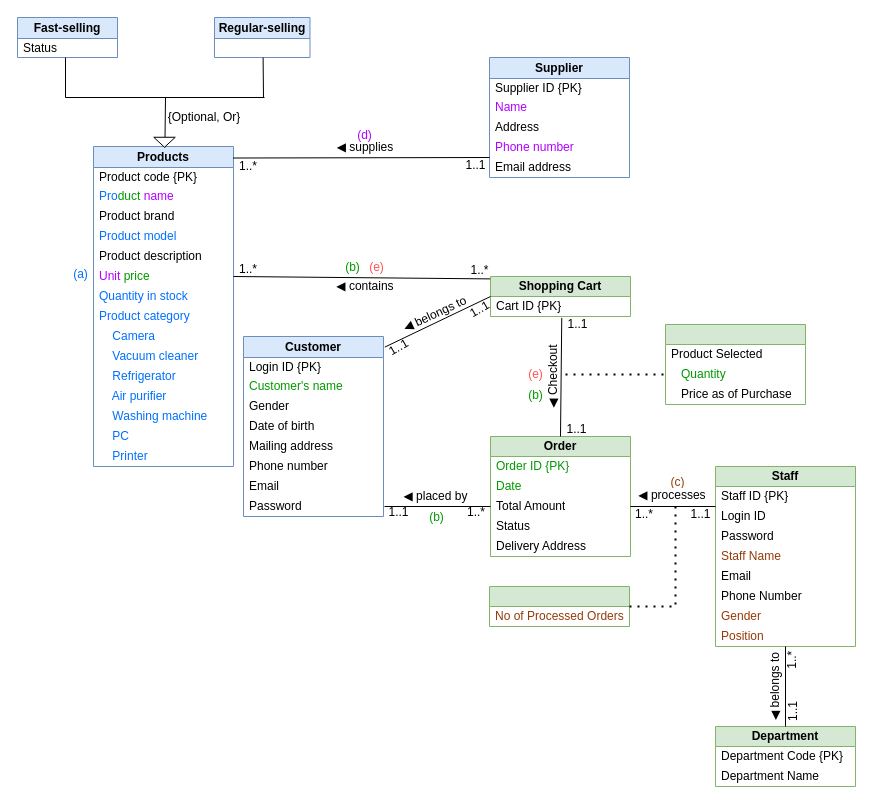
Earlier version of the draw.io diagram Assignment_1.drawio (shadowngks/DBMS). Source tidied: cells renumbered, new cells numbered last; positions are measured from the earlier drawing's top-left corner, leaving out a move shared by most shapes. Both pictures are drawn from the tidied source at 100%, with x=0, y=0 at pixel (17, 17).
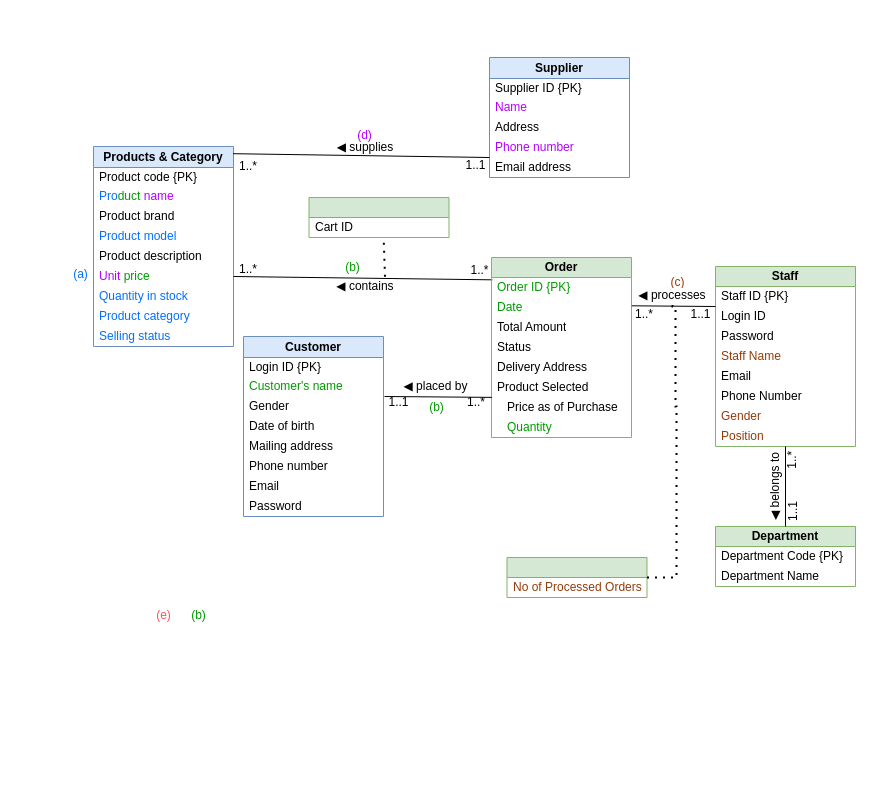
The same diagram, later.

Commit message:
First time that he saw me

Unchanged cells that the change refers to:
```xml
<mxCell id="8" value="Unit &lt;font color=&quot;#009900&quot;&gt;price&lt;/font&gt;" style="text;html=1;align=left;verticalAlign=middle;whiteSpace=wrap;rounded=0;spacingLeft=4;fontColor=#B300FF;" parent="2" vertex="1">
  <mxGeometry y="120" width="140" height="20" as="geometry" />
</mxCell>
<mxCell id="44" value="&lt;span style=&quot;font-family: sans-serif; font-size: 12.0191px; text-align: start; white-space: pre; background-color: rgb(255, 255, 255);&quot;&gt;◀ contains&lt;/span&gt;" style="text;html=1;align=center;verticalAlign=middle;whiteSpace=wrap;rounded=0;" parent="1" vertex="1">
  <mxGeometry x="307.5" y="259.2" width="80" height="20" as="geometry" />
</mxCell>
<mxCell id="50" value="Order ID {PK}" style="text;strokeColor=none;fillColor=none;align=left;verticalAlign=middle;spacingLeft=4;spacingRight=4;overflow=hidden;points=[[0,0.5],[1,0.5]];portConstraint=eastwest;whiteSpace=wrap;html=1;fontColor=#009900;" parent="49" vertex="1">
  <mxGeometry y="20" width="140" height="20" as="geometry" />
</mxCell>
<mxCell id="51" value="Date" style="text;strokeColor=none;fillColor=none;align=left;verticalAlign=middle;spacingLeft=4;spacingRight=4;overflow=hidden;points=[[0,0.5],[1,0.5]];portConstraint=eastwest;whiteSpace=wrap;html=1;fontColor=#009900;" parent="49" vertex="1">
  <mxGeometry y="40" width="140" height="20" as="geometry" />
</mxCell>
<mxCell id="52" value="Total Amount" style="text;strokeColor=none;fillColor=none;align=left;verticalAlign=middle;spacingLeft=4;spacingRight=4;overflow=hidden;points=[[0,0.5],[1,0.5]];portConstraint=eastwest;whiteSpace=wrap;html=1;" parent="49" vertex="1">
  <mxGeometry y="60" width="140" height="20" as="geometry" />
</mxCell>
<mxCell id="94" value="No of Processed Orders" style="text;html=1;align=left;verticalAlign=middle;whiteSpace=wrap;rounded=0;spacingLeft=4;fontColor=#943B08;" parent="93" vertex="1">
  <mxGeometry y="20" width="140" height="20" as="geometry" />
</mxCell>
```

Diff of the diagram source:
```diff
@@
-    <mxCell id="2" value="Products" style="swimlane;fontStyle=1;horizontal=1;startSize=21;whiteSpace=wrap;html=1;fillColor=#dae8fc;strokeColor=#6c8ebf;" parent="1" vertex="1">
-      <mxGeometry x="76" y="129" width="140" height="320" as="geometry" />
+    <mxCell id="2" value="Products &amp;amp; Category" style="swimlane;fontStyle=1;horizontal=1;startSize=21;whiteSpace=wrap;html=1;fillColor=#dae8fc;strokeColor=#6c8ebf;" parent="1" vertex="1">
+      <mxGeometry x="76" y="129" width="140" height="200" as="geometry" />
     </mxCell>
@@
-    <mxCell id="11" value="&lt;font color=&quot;#006fff&quot;&gt;&amp;nbsp; &amp;nbsp; Camera&lt;/font&gt;" style="text;html=1;align=left;verticalAlign=middle;whiteSpace=wrap;rounded=0;spacingLeft=4;" parent="2" vertex="1">
-      <mxGeometry y="180" width="140" height="20" as="geometry" />
-    </mxCell>
-    <mxCell id="12" value="&amp;nbsp; &amp;nbsp; Vacuum cleaner" style="text;html=1;align=left;verticalAlign=middle;whiteSpace=wrap;rounded=0;spacingLeft=4;fontColor=#006fff;" parent="2" vertex="1">
-      <mxGeometry y="200" width="140" height="20" as="geometry" />
-    </mxCell>
-    <mxCell id="13" value="&amp;nbsp; &amp;nbsp; Refrigerator" style="text;html=1;align=left;verticalAlign=middle;whiteSpace=wrap;rounded=0;spacingLeft=4;fontColor=#006fff;" parent="2" vertex="1">
-      <mxGeometry y="220" width="140" height="20" as="geometry" />
-    </mxCell>
-    <mxCell id="14" value="&amp;nbsp; &amp;nbsp; Air purifier" style="text;html=1;align=left;verticalAlign=middle;whiteSpace=wrap;rounded=0;spacingLeft=4;fontColor=#006fff;" parent="2" vertex="1">
-      <mxGeometry y="240" width="140" height="20" as="geometry" />
-    </mxCell>
-    <mxCell id="15" value="&amp;nbsp; &amp;nbsp; Washing machine" style="text;html=1;align=left;verticalAlign=middle;whiteSpace=wrap;rounded=0;spacingLeft=4;fontColor=#006fff;" parent="2" vertex="1">
-      <mxGeometry y="260" width="140" height="20" as="geometry" />
-    </mxCell>
-    <mxCell id="16" value="&amp;nbsp; &amp;nbsp; PC" style="text;html=1;align=left;verticalAlign=middle;whiteSpace=wrap;rounded=0;spacingLeft=4;fontColor=#006fff;" parent="2" vertex="1">
-      <mxGeometry y="280" width="140" height="20" as="geometry" />
-    </mxCell>
-    <mxCell id="17" value="&amp;nbsp; &amp;nbsp; Printer" style="text;html=1;align=left;verticalAlign=middle;whiteSpace=wrap;rounded=0;spacingLeft=4;fontColor=#006fff;" parent="2" vertex="1">
-      <mxGeometry y="300" width="140" height="20" as="geometry" />
-    </mxCell>
+    <mxCell id="107" value="Selling status" style="text;html=1;align=left;verticalAlign=middle;whiteSpace=wrap;rounded=0;spacingLeft=4;fontColor=#006FFF;" parent="2" vertex="1">
+      <mxGeometry y="180" width="140" height="20" as="geometry" />
+    </mxCell>
@@
-    <mxCell id="36" value="Fast-selling" style="swimlane;fontStyle=1;horizontal=1;startSize=21;whiteSpace=wrap;html=1;fillColor=#dae8fc;strokeColor=#6c8ebf;" parent="1" vertex="1">
-      <mxGeometry width="100" height="40" as="geometry" />
-    </mxCell>
-    <mxCell id="37" value="Status" style="text;strokeColor=none;fillColor=none;align=left;verticalAlign=middle;spacingLeft=4;spacingRight=4;overflow=hidden;whiteSpace=wrap;html=1;" parent="36" vertex="1">
-      <mxGeometry y="21" width="100" height="19" as="geometry" />
-    </mxCell>
-    <mxCell id="38" style="endArrow=none;html=1;rounded=0;exitX=0.503;exitY=0.006;exitDx=0;exitDy=0;exitPerimeter=0;" parent="1" edge="1">
-      <mxGeometry relative="1" as="geometry">
-        <mxPoint x="147.4" y="130.1" as="sourcePoint" />
-        <mxPoint x="148" y="80" as="targetPoint" />
-      </mxGeometry>
-    </mxCell>
@@
-    <mxCell id="40" value="{Optional, Or}" style="text;html=1;align=center;verticalAlign=middle;whiteSpace=wrap;rounded=0;" parent="1" vertex="1">
-      <mxGeometry x="116.5" y="85" width="140" height="30" as="geometry" />
-    </mxCell>
-    <mxCell id="41" value="Shopping Cart" style="swimlane;fontStyle=1;horizontal=1;startSize=20;whiteSpace=wrap;html=1;fillColor=#d5e8d4;strokeColor=#82b366;" parent="1" vertex="1">
-      <mxGeometry x="473" y="259" width="140" height="40" as="geometry" />
+    <mxCell id="41" style="swimlane;fontStyle=1;horizontal=1;startSize=20;whiteSpace=wrap;html=1;fillColor=#d5e8d4;strokeColor=#82b366;" parent="1" vertex="1">
+      <mxGeometry x="291.5" y="180" width="140" height="40" as="geometry" />
     </mxCell>
-    <mxCell id="42" value="Cart ID {PK}" style="text;strokeColor=none;fillColor=none;align=left;verticalAlign=middle;spacingLeft=4;spacingRight=4;overflow=hidden;points=[[0,0.5],[1,0.5]];portConstraint=eastwest;whiteSpace=wrap;html=1;" parent="41" vertex="1">
+    <mxCell id="42" value="Cart ID" style="text;strokeColor=none;fillColor=none;align=left;verticalAlign=middle;spacingLeft=4;spacingRight=4;overflow=hidden;points=[[0,0.5],[1,0.5]];portConstraint=eastwest;whiteSpace=wrap;html=1;" parent="41" vertex="1">
       <mxGeometry y="20" width="140" height="20" as="geometry" />
     </mxCell>
-    <mxCell id="43" style="endArrow=none;html=1;rounded=0;entryX=1;entryY=0.5;entryDx=0;entryDy=0;exitX=-0.002;exitY=0.021;exitDx=0;exitDy=0;exitPerimeter=0;" parent="1" edge="1" target="8">
-      <mxGeometry relative="1" as="geometry">
-        <mxPoint x="472.7" y="261.4" as="sourcePoint" />
-      </mxGeometry>
+    <mxCell id="43" style="endArrow=none;html=1;rounded=0;entryX=1;entryY=0.5;entryDx=0;entryDy=0;exitX=0.006;exitY=0.117;exitDx=0;exitDy=0;exitPerimeter=0;" parent="1" edge="1" source="50" target="8">
+      <mxGeometry relative="1" as="geometry" />
     </mxCell>
@@
-    <mxCell id="45" style="swimlane;fontStyle=0;horizontal=1;startSize=20;whiteSpace=wrap;html=1;fillColor=#d5e8d4;strokeColor=#82b366;" parent="1" vertex="1">
-      <mxGeometry x="648" y="307" width="140" height="80" as="geometry" />
-    </mxCell>
-    <mxCell id="46" value="Product Selected" style="text;strokeColor=none;fillColor=none;align=left;verticalAlign=middle;spacingLeft=4;spacingRight=4;overflow=hidden;whiteSpace=wrap;html=1;" parent="45" vertex="1">
-      <mxGeometry y="20" width="140" height="20" as="geometry" />
-    </mxCell>
-    <mxCell id="47" value="Quantity" style="text;strokeColor=none;fillColor=none;align=left;verticalAlign=middle;spacingLeft=14;spacingRight=4;overflow=hidden;points=[[0,0.5],[1,0.5]];portConstraint=eastwest;whiteSpace=wrap;html=1;fontColor=#009900;" parent="45" vertex="1">
-      <mxGeometry y="40" width="140" height="20" as="geometry" />
-    </mxCell>
-    <mxCell id="48" value="Price as of Purchase" style="text;strokeColor=none;fillColor=none;align=left;verticalAlign=middle;spacingLeft=14;spacingRight=4;overflow=hidden;points=[[0,0.5],[1,0.5]];portConstraint=eastwest;whiteSpace=wrap;html=1;" parent="45" vertex="1">
-      <mxGeometry y="60" width="140" height="20" as="geometry" />
-    </mxCell>
     <mxCell id="49" value="Order" style="swimlane;fontStyle=1;horizontal=1;startSize=20;whiteSpace=wrap;html=1;fillColor=#d5e8d4;strokeColor=#82b366;" parent="1" vertex="1">
-      <mxGeometry x="473" y="419" width="140" height="120" as="geometry" />
+      <mxGeometry x="474" y="240" width="140" height="180" as="geometry" />
     </mxCell>
@@
-    <mxCell id="55" style="endArrow=none;html=1;rounded=0;entryX=0.509;entryY=1.069;entryDx=0;entryDy=0;entryPerimeter=0;exitX=0.5;exitY=0;exitDx=0;exitDy=0;" parent="1" edge="1" source="49" target="42">
-      <mxGeometry relative="1" as="geometry" />
-    </mxCell>
-    <mxCell id="56" style="endArrow=none;dashed=1;html=1;dashPattern=1 3;strokeWidth=2;rounded=0;entryX=0;entryY=0.5;entryDx=0;entryDy=0;" parent="1" edge="1" target="47">
-      <mxGeometry relative="1" as="geometry">
-        <mxPoint x="548" y="357" as="sourcePoint" />
-      </mxGeometry>
-    </mxCell>
-    <mxCell id="57" value="&lt;span style=&quot;font-family: sans-serif; font-size: 12.0191px; text-align: start; white-space: pre; background-color: rgb(255, 255, 255);&quot;&gt;◀ &lt;/span&gt;Checkout" style="text;html=1;align=center;verticalAlign=middle;whiteSpace=wrap;rounded=0;rotation=-90;" parent="1" vertex="1">
-      <mxGeometry x="506" y="354" width="60" height="10" as="geometry" />
-    </mxCell>
+    <mxCell id="46" value="Product Selected" style="text;strokeColor=none;fillColor=none;align=left;verticalAlign=middle;spacingLeft=4;spacingRight=4;overflow=hidden;whiteSpace=wrap;html=1;" parent="49" vertex="1">
+      <mxGeometry y="120" width="140" height="20" as="geometry" />
+    </mxCell>
+    <mxCell id="48" value="Price as of Purchase" style="text;strokeColor=none;fillColor=none;align=left;verticalAlign=middle;spacingLeft=14;spacingRight=4;overflow=hidden;points=[[0,0.5],[1,0.5]];portConstraint=eastwest;whiteSpace=wrap;html=1;" parent="49" vertex="1">
+      <mxGeometry y="140" width="140" height="20" as="geometry" />
+    </mxCell>
+    <mxCell id="47" value="Quantity" style="text;strokeColor=none;fillColor=none;align=left;verticalAlign=middle;spacingLeft=14;spacingRight=4;overflow=hidden;points=[[0,0.5],[1,0.5]];portConstraint=eastwest;whiteSpace=wrap;html=1;fontColor=#009900;" parent="49" vertex="1">
+      <mxGeometry y="160" width="140" height="20" as="geometry" />
+    </mxCell>
-    <mxCell id="58" style="endArrow=none;html=1;rounded=0;exitX=1;exitY=0.5;exitDx=0;exitDy=0;entryX=0;entryY=0.5;entryDx=0;entryDy=0;" parent="1" edge="1" target="52">
+    <mxCell id="58" style="endArrow=none;html=1;rounded=0;exitX=1;exitY=0.5;exitDx=0;exitDy=0;entryX=0.003;entryY=-0.006;entryDx=0;entryDy=0;entryPerimeter=0;" parent="1" edge="1" target="48">
       <mxGeometry relative="1" as="geometry">
-        <mxPoint x="367" y="489" as="sourcePoint" />
+        <mxPoint x="367" y="379" as="sourcePoint" />
       </mxGeometry>
     </mxCell>
     <mxCell id="59" value="&lt;span style=&quot;font-family: sans-serif; font-size: 12.0191px; text-align: start; white-space: pre; background-color: rgb(255, 255, 255);&quot;&gt;◀ &lt;/span&gt;placed by" style="text;html=1;align=center;verticalAlign=middle;whiteSpace=wrap;rounded=0;" parent="1" vertex="1">
-      <mxGeometry x="379.5" y="474" width="77" height="10" as="geometry" />
+      <mxGeometry x="379.5" y="364" width="77" height="10" as="geometry" />
     </mxCell>
-    <mxCell id="60" style="endArrow=none;html=1;rounded=0;exitX=1.002;exitY=0.059;exitDx=0;exitDy=0;entryX=0;entryY=0.5;entryDx=0;entryDy=0;exitPerimeter=0;" parent="1" edge="1" target="41">
-      <mxGeometry relative="1" as="geometry">
-        <mxPoint x="367.3" y="329.6" as="sourcePoint" />
-      </mxGeometry>
-    </mxCell>
-    <mxCell id="61" value="&lt;span style=&quot;font-family: sans-serif; font-size: 12.0191px; text-align: start; white-space: pre; background-color: rgb(255, 255, 255);&quot;&gt;◀ belongs to&lt;/span&gt;" style="text;html=1;align=center;verticalAlign=middle;whiteSpace=wrap;rounded=0;rotation=-25;" parent="1" vertex="1">
-      <mxGeometry x="377.5" y="292" width="80" height="10" as="geometry" />
-    </mxCell>
-    <mxCell id="62" value="1..1" style="text;html=1;align=center;verticalAlign=middle;whiteSpace=wrap;rounded=0;rotation=-30;" parent="1" vertex="1">
-      <mxGeometry x="367" y="325" width="29" height="10" as="geometry" />
-    </mxCell>
-    <mxCell id="63" value="1..1" style="text;html=1;align=center;verticalAlign=middle;whiteSpace=wrap;rounded=0;rotation=-30;" parent="1" vertex="1">
-      <mxGeometry x="448" y="287" width="29" height="10" as="geometry" />
-    </mxCell>
     <mxCell id="64" value="Staff" style="swimlane;fontStyle=1;horizontal=1;startSize=20;whiteSpace=wrap;html=1;fillColor=#d5e8d4;strokeColor=#82b366;" parent="1" vertex="1">
-      <mxGeometry x="698" y="449" width="140" height="180" as="geometry" />
+      <mxGeometry x="698" y="249" width="140" height="180" as="geometry" />
     </mxCell>
@@
     <mxCell id="73" value="Department" style="swimlane;fontStyle=1;horizontal=1;startSize=20;whiteSpace=wrap;html=1;fillColor=#d5e8d4;strokeColor=#82b366;" parent="1" vertex="1">
-      <mxGeometry x="698" y="709" width="140" height="60" as="geometry" />
+      <mxGeometry x="698" y="509" width="140" height="60" as="geometry" />
     </mxCell>
@@
     <mxCell id="77" value="&lt;span style=&quot;font-family: sans-serif; font-size: 12.0191px; text-align: start; white-space: pre; background-color: rgb(255, 255, 255);&quot;&gt;◀ belongs to&lt;/span&gt;" style="text;html=1;align=center;verticalAlign=middle;whiteSpace=wrap;rounded=0;rotation=-90;" parent="1" vertex="1">
-      <mxGeometry x="718" y="659" width="80" height="20" as="geometry" />
+      <mxGeometry x="718" y="459" width="80" height="20" as="geometry" />
     </mxCell>
     <mxCell id="78" value="1..1" style="text;html=1;align=center;verticalAlign=middle;whiteSpace=wrap;rounded=0;rotation=-90;" parent="1" vertex="1">
-      <mxGeometry x="761" y="689" width="29" height="10" as="geometry" />
+      <mxGeometry x="761" y="489" width="29" height="10" as="geometry" />
     </mxCell>
     <mxCell id="79" value="1..*" style="text;html=1;align=center;verticalAlign=middle;whiteSpace=wrap;rounded=0;rotation=-90;" parent="1" vertex="1">
-      <mxGeometry x="760" y="639" width="30" height="7.5" as="geometry" />
+      <mxGeometry x="760" y="439" width="30" height="7.5" as="geometry" />
     </mxCell>
     <mxCell id="80" value="1..*" style="text;html=1;align=center;verticalAlign=middle;whiteSpace=wrap;rounded=0;" parent="1" vertex="1">
-      <mxGeometry x="444" y="491.5" width="30" height="7.5" as="geometry" />
+      <mxGeometry x="444" y="381.5" width="30" height="7.5" as="geometry" />
     </mxCell>
     <mxCell id="81" value="1..1" style="text;html=1;align=center;verticalAlign=middle;whiteSpace=wrap;rounded=0;" parent="1" vertex="1">
-      <mxGeometry x="367" y="490.2" width="29" height="10" as="geometry" />
+      <mxGeometry x="367" y="380.2" width="29" height="10" as="geometry" />
     </mxCell>
-    <mxCell id="82" value="1..1" style="text;html=1;align=center;verticalAlign=middle;whiteSpace=wrap;rounded=0;" parent="1" vertex="1">
-      <mxGeometry x="546" y="302" width="29" height="10" as="geometry" />
-    </mxCell>
-    <mxCell id="83" value="1..1" style="text;html=1;align=center;verticalAlign=middle;whiteSpace=wrap;rounded=0;" parent="1" vertex="1">
-      <mxGeometry x="545" y="407" width="29" height="10" as="geometry" />
-    </mxCell>
@@
     <mxCell id="85" value="&lt;span style=&quot;font-family: sans-serif; font-size: 12.0191px; text-align: start; white-space: pre; background-color: rgb(255, 255, 255);&quot;&gt;&lt;font color=&quot;#009900&quot;&gt;(b)&lt;/font&gt;&lt;/span&gt;" style="text;html=1;align=center;verticalAlign=middle;whiteSpace=wrap;rounded=0;fontColor=#FF5454;" parent="1" vertex="1">
-      <mxGeometry x="506" y="370" width="25" height="15" as="geometry" />
+      <mxGeometry x="169" y="590" width="25" height="15" as="geometry" />
     </mxCell>
     <mxCell id="86" value="&lt;span style=&quot;font-family: sans-serif; font-size: 12.0191px; text-align: start; white-space: pre; background-color: rgb(255, 255, 255);&quot;&gt;(c)&lt;/span&gt;" style="text;html=1;align=center;verticalAlign=middle;whiteSpace=wrap;rounded=0;fontColor=#943B08;" parent="1" vertex="1">
-      <mxGeometry x="648" y="457" width="25" height="15" as="geometry" />
+      <mxGeometry x="648" y="257" width="25" height="15" as="geometry" />
     </mxCell>
@@
-    <mxCell id="88" value="&lt;span style=&quot;font-family: sans-serif; font-size: 12.0191px; text-align: start; white-space: pre; background-color: rgb(255, 255, 255);&quot;&gt;(e)&lt;/span&gt;" style="text;html=1;align=center;verticalAlign=middle;whiteSpace=wrap;rounded=0;fontColor=#FF5454;" parent="1" vertex="1">
-      <mxGeometry x="506" y="349" width="25" height="15" as="geometry" />
-    </mxCell>
-    <mxCell id="89" style="endArrow=none;html=1;rounded=0;exitX=1;exitY=0.5;exitDx=0;exitDy=0;" parent="1" edge="1" source="52">
+    <mxCell id="89" style="endArrow=none;html=1;rounded=0;exitX=1.002;exitY=0.415;exitDx=0;exitDy=0;exitPerimeter=0;" parent="1" edge="1" source="51">
       <mxGeometry relative="1" as="geometry">
-        <mxPoint x="698" y="489" as="targetPoint" />
+        <mxPoint x="698" y="289" as="targetPoint" />
       </mxGeometry>
     </mxCell>
     <mxCell id="90" value="&lt;span style=&quot;font-family: sans-serif; font-size: 12.0191px; text-align: start; white-space: pre; background-color: rgb(255, 255, 255);&quot;&gt;◀ processes&lt;/span&gt;" style="text;html=1;align=center;verticalAlign=middle;whiteSpace=wrap;rounded=0;" parent="1" vertex="1">
-      <mxGeometry x="615" y="469" width="80" height="18" as="geometry" />
+      <mxGeometry x="615" y="269" width="80" height="18" as="geometry" />
     </mxCell>
     <mxCell id="91" value="1..*" style="text;html=1;align=center;verticalAlign=middle;whiteSpace=wrap;rounded=0;" parent="1" vertex="1">
-      <mxGeometry x="612" y="492.8" width="30" height="7.5" as="geometry" />
+      <mxGeometry x="612" y="292.8" width="30" height="7.5" as="geometry" />
     </mxCell>
     <mxCell id="92" value="1..1" style="text;html=1;align=center;verticalAlign=middle;whiteSpace=wrap;rounded=0;" parent="1" vertex="1">
-      <mxGeometry x="669" y="491.5" width="29" height="10" as="geometry" />
+      <mxGeometry x="669" y="291.5" width="29" height="10" as="geometry" />
     </mxCell>
     <mxCell id="93" style="swimlane;fontStyle=0;horizontal=1;startSize=20;whiteSpace=wrap;html=1;fillColor=#d5e8d4;strokeColor=#82b366;" parent="1" vertex="1">
-      <mxGeometry x="472" y="569" width="140" height="40" as="geometry" />
+      <mxGeometry x="489.5" y="540" width="140" height="40" as="geometry" />
     </mxCell>
@@
     <mxCell id="95" style="endArrow=none;dashed=1;html=1;dashPattern=1 3;strokeWidth=2;rounded=0;edgeStyle=orthogonalEdgeStyle;exitX=1;exitY=0;exitDx=0;exitDy=0;entryX=0.5;entryY=1;entryDx=0;entryDy=0;" parent="1" edge="1" source="94" target="90">
       <mxGeometry relative="1" as="geometry">
         <Array as="points">
-          <mxPoint x="658" y="589" />
-          <mxPoint x="658" y="489" />
-          <mxPoint x="655" y="489" />
+          <mxPoint x="659" y="560" />
+          <mxPoint x="659" y="389" />
+          <mxPoint x="658" y="389" />
+          <mxPoint x="658" y="289" />
+          <mxPoint x="655" y="289" />
         </Array>
       </mxGeometry>
     </mxCell>
@@
-    <mxCell id="98" style="triangle;whiteSpace=wrap;html=1;rotation=90;" parent="1" vertex="1">
-      <mxGeometry x="142" y="114" width="10" height="21.5" as="geometry" />
-    </mxCell>
-    <mxCell id="99" value="Regular-selling" style="swimlane;fontStyle=1;horizontal=1;startSize=21;whiteSpace=wrap;html=1;fillColor=#dae8fc;strokeColor=#6c8ebf;" parent="1" vertex="1">
-      <mxGeometry x="197" width="95.5" height="40" as="geometry" />
-    </mxCell>
-    <mxCell id="100" style="endArrow=none;html=1;rounded=0;" parent="1" edge="1">
-      <mxGeometry relative="1" as="geometry">
-        <mxPoint x="48" y="80" as="sourcePoint" />
-        <mxPoint x="148" y="80" as="targetPoint" />
-      </mxGeometry>
-    </mxCell>
-    <mxCell id="101" style="endArrow=none;html=1;rounded=0;" parent="1" edge="1">
-      <mxGeometry relative="1" as="geometry">
-        <mxPoint x="147" y="80" as="sourcePoint" />
-        <mxPoint x="247" y="80" as="targetPoint" />
-      </mxGeometry>
-    </mxCell>
-    <mxCell id="102" style="endArrow=none;html=1;rounded=0;" parent="1" edge="1">
-      <mxGeometry relative="1" as="geometry">
-        <mxPoint x="48" y="80" as="sourcePoint" />
-        <mxPoint x="48" y="40" as="targetPoint" />
-      </mxGeometry>
-    </mxCell>
-    <mxCell id="103" style="endArrow=none;html=1;rounded=0;entryX=0.428;entryY=1.107;entryDx=0;entryDy=0;entryPerimeter=0;" parent="1" edge="1">
-      <mxGeometry relative="1" as="geometry">
-        <mxPoint x="246" y="80" as="sourcePoint" />
-        <mxPoint x="245.6" y="40" as="targetPoint" />
-      </mxGeometry>
-    </mxCell>
     <mxCell id="104" value="&lt;span style=&quot;font-family: sans-serif; font-size: 12.0191px; text-align: start; white-space: pre; background-color: rgb(255, 255, 255);&quot;&gt;&lt;font color=&quot;#009900&quot;&gt;(b)&lt;/font&gt;&lt;/span&gt;" style="text;html=1;align=center;verticalAlign=middle;whiteSpace=wrap;rounded=0;fontColor=#FF5454;" parent="1" vertex="1">
-      <mxGeometry x="406.5" y="492.8" width="25" height="15" as="geometry" />
+      <mxGeometry x="406.5" y="382.8" width="25" height="15" as="geometry" />
     </mxCell>
@@
     <mxCell id="106" value="&lt;span style=&quot;font-family: sans-serif; font-size: 12.0191px; text-align: start; white-space: pre; background-color: rgb(255, 255, 255);&quot;&gt;(e)&lt;/span&gt;" style="text;html=1;align=center;verticalAlign=middle;whiteSpace=wrap;rounded=0;fontColor=#FF5454;" parent="1" vertex="1">
-      <mxGeometry x="346.8" y="242.5" width="25" height="15" as="geometry" />
+      <mxGeometry x="133.5" y="590" width="25" height="15" as="geometry" />
     </mxCell>
+    <mxCell id="108" style="endArrow=none;dashed=1;html=1;dashPattern=1 3;strokeWidth=2;rounded=0;entryX=0.533;entryY=0.968;entryDx=0;entryDy=0;entryPerimeter=0;exitX=0.75;exitY=0;exitDx=0;exitDy=0;" parent="1" edge="1" source="44" target="42">
+      <mxGeometry relative="1" as="geometry" />
+    </mxCell>
```
